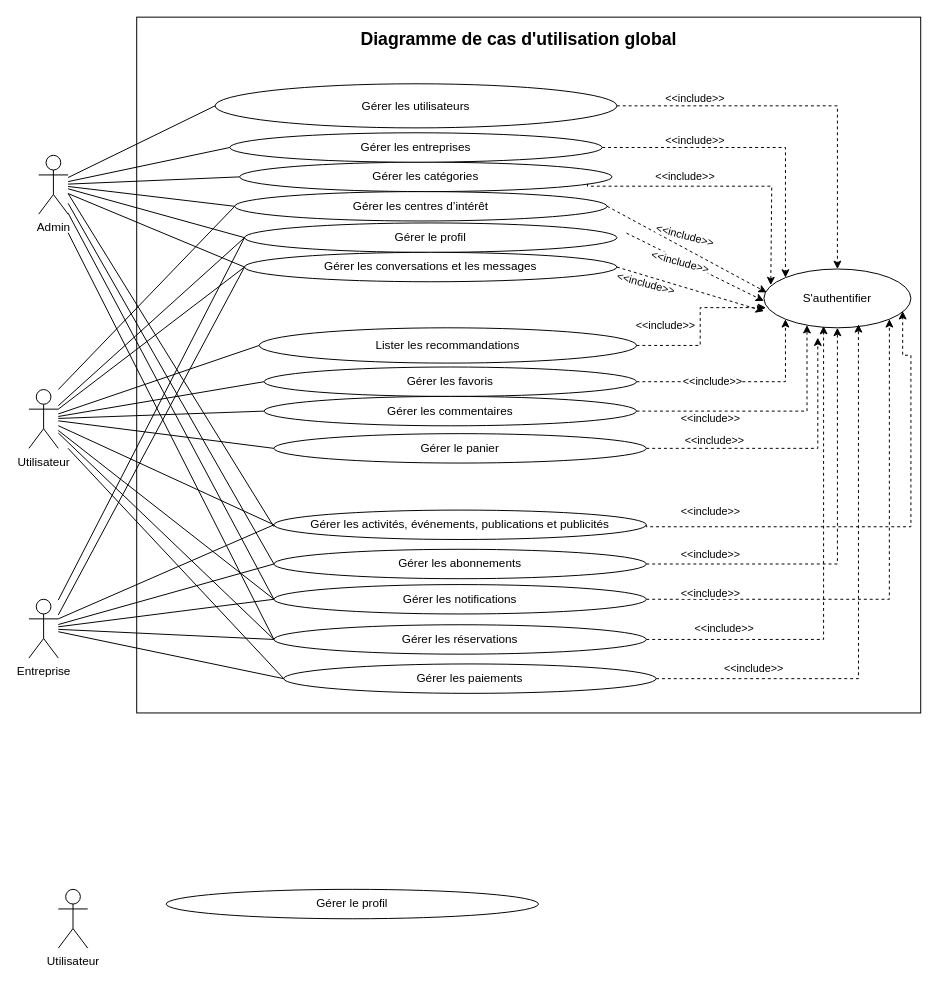
yassigh/app-e-commerce keeps this draw.io diagram as Diagramme sans nom.drawio. Above is the earlier version. Source tidied: cells renumbered, new cells numbered last; positions are measured from the earlier drawing's top-left corner, leaving out a move shared by most shapes. Both pictures are drawn from the tidied source at 98%, with x=0, y=0 at pixel (28, 17).
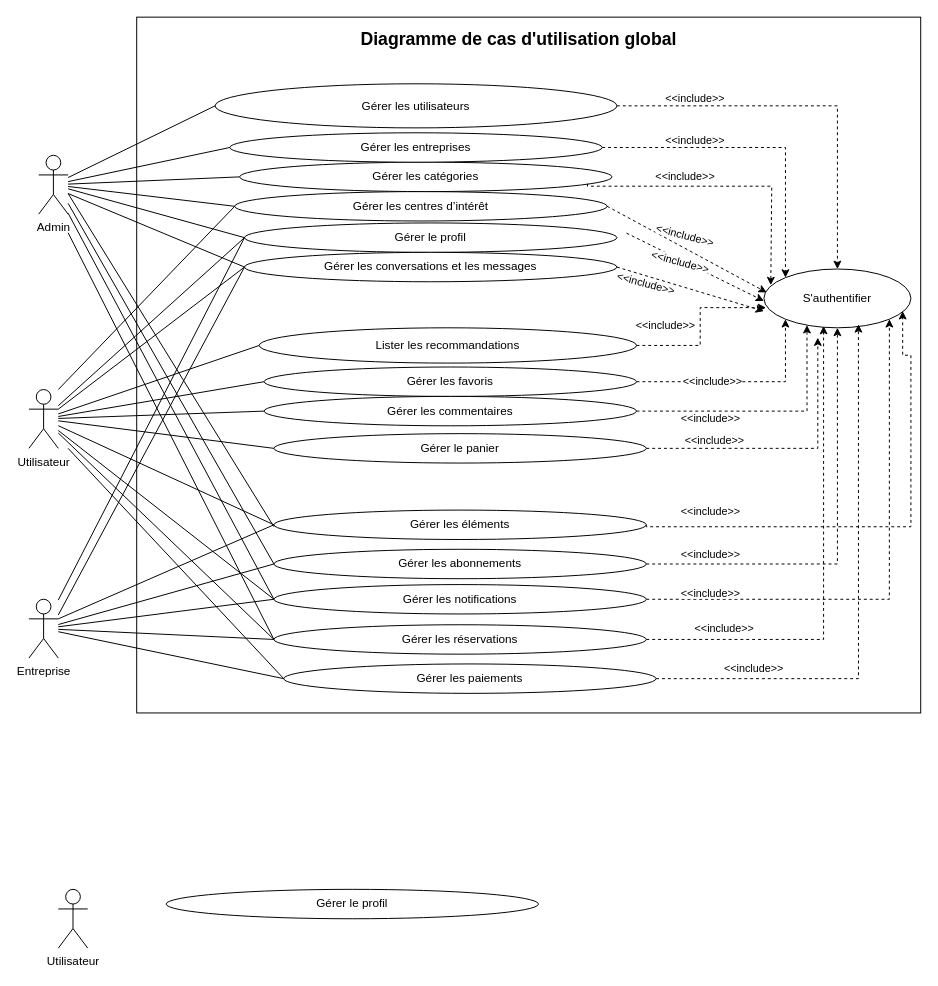
After the change.

Commit message:
Mettre à jour Diagramme sans nom.drawio

Change to the diagram source:
```diff
@@
-    <mxCell id="29" value="Gérer les activités, événements, publications et publicités" style="ellipse;whiteSpace=wrap;html=1;" parent="1" vertex="1">
+    <mxCell id="29" value="Gérer les éléments" style="ellipse;whiteSpace=wrap;html=1;" parent="1" vertex="1">
       <mxGeometry x="250" y="503" width="380" height="30" as="geometry" />
     </mxCell>
```
